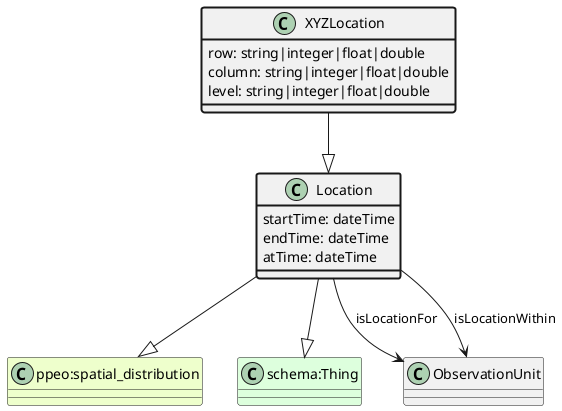
Before: ttl_uml/ttl_appn_XYZLocation.png, a diagram exported from PlantUML (aus-plant-phenomics-network/appn-schema). Source of this version:
```plantuml
@startuml
class XYZLocation  #line.bold
class Location
class "ppeo:spatial_distribution" #EEFFCC
Location --|> "ppeo:spatial_distribution"
class "schema:Thing" #DDFFDD
Location --|> "schema:Thing"
XYZLocation --|> Location
class XYZLocation #line.bold {
    row: string|integer|float|double
}
class XYZLocation #line.bold {
    column: string|integer|float|double
}
class XYZLocation #line.bold {
    level: string|integer|float|double
}
class ObservationUnit
Location --> ObservationUnit : isLocationFor
class ObservationUnit
Location --> ObservationUnit : isLocationWithin
class Location #line.bold {
    startTime: dateTime
}
class Location #line.bold {
    endTime: dateTime
}
class Location #line.bold {
    atTime: dateTime
}
@enduml
```
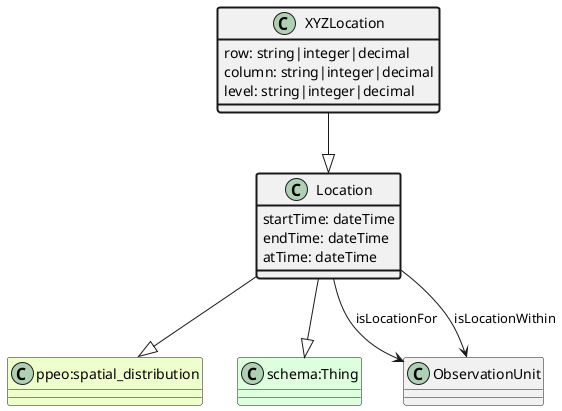
After the change.

What changed in the source:
```diff
@@ -7,13 +7,13 @@
 Location --|> "schema:Thing"
 XYZLocation --|> Location
 class XYZLocation #line.bold {
-    row: string|integer|float|double
+    row: string|integer|decimal
 }
 class XYZLocation #line.bold {
-    column: string|integer|float|double
+    column: string|integer|decimal
 }
 class XYZLocation #line.bold {
-    level: string|integer|float|double
+    level: string|integer|decimal
 }
 class ObservationUnit
 Location --> ObservationUnit : isLocationFor
```
